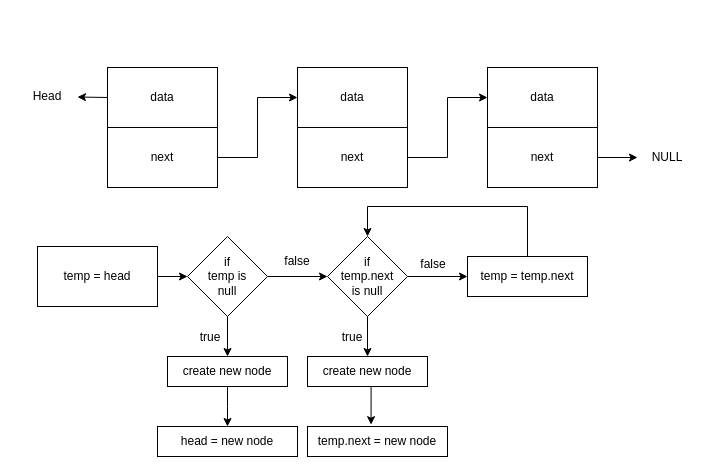
tenyapious/whiteboarding-flowchart keeps this draw.io diagram as add node to end of linked list.drawio. Above is the earlier version. Source tidied: cells renumbered, new cells numbered last; positions are measured from the earlier drawing's top-left corner, leaving out a move shared by most shapes. Both pictures are drawn from the tidied source at 100%, with x=0, y=0 at pixel (17, 67).
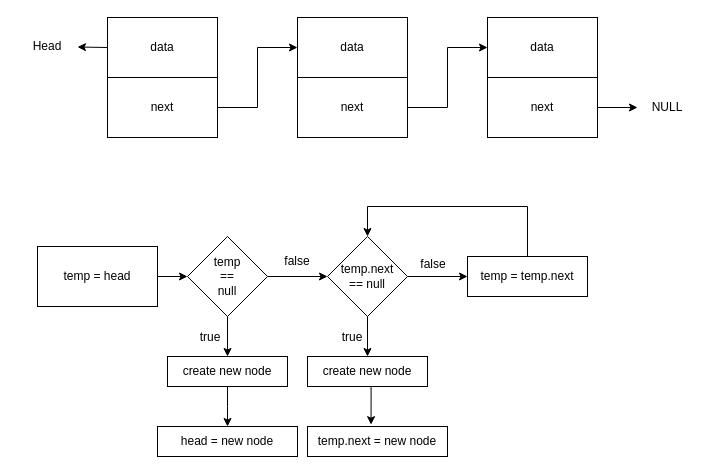
Above is the later version.

The edit, as a diff of the source:
```diff
@@
     <mxCell id="3" value="next" style="rounded=0;whiteSpace=wrap;html=1;" parent="1" vertex="1">
-      <mxGeometry x="90" y="60" width="110" height="60" as="geometry" />
+      <mxGeometry x="90" y="10" width="110" height="60" as="geometry" />
     </mxCell>
     <mxCell id="4" value="data" style="rounded=0;whiteSpace=wrap;html=1;" parent="1" vertex="1">
-      <mxGeometry x="90" width="110" height="60" as="geometry" />
+      <mxGeometry x="90" y="-50" width="110" height="60" as="geometry" />
     </mxCell>
@@
     <mxCell id="6" value="next" style="rounded=0;whiteSpace=wrap;html=1;" parent="1" vertex="1">
-      <mxGeometry x="280" y="60" width="110" height="60" as="geometry" />
+      <mxGeometry x="280" y="10" width="110" height="60" as="geometry" />
     </mxCell>
     <mxCell id="7" value="data" style="rounded=0;whiteSpace=wrap;html=1;" parent="1" vertex="1">
-      <mxGeometry x="280" width="110" height="60" as="geometry" />
+      <mxGeometry x="280" y="-50" width="110" height="60" as="geometry" />
     </mxCell>
@@
     <mxCell id="9" value="next" style="rounded=0;whiteSpace=wrap;html=1;" parent="1" vertex="1">
-      <mxGeometry x="470" y="60" width="110" height="60" as="geometry" />
+      <mxGeometry x="470" y="10" width="110" height="60" as="geometry" />
     </mxCell>
     <mxCell id="10" value="data" style="rounded=0;whiteSpace=wrap;html=1;" parent="1" vertex="1">
-      <mxGeometry x="470" width="110" height="60" as="geometry" />
+      <mxGeometry x="470" y="-50" width="110" height="60" as="geometry" />
     </mxCell>
     <mxCell id="11" value="NULL" style="text;html=1;strokeColor=none;fillColor=none;align=center;verticalAlign=middle;whiteSpace=wrap;rounded=0;" parent="1" vertex="1">
-      <mxGeometry x="620" y="75" width="60" height="30" as="geometry" />
+      <mxGeometry x="620" y="25" width="60" height="30" as="geometry" />
     </mxCell>
@@
     <mxCell id="13" value="Head" style="text;html=1;strokeColor=none;fillColor=none;align=center;verticalAlign=middle;whiteSpace=wrap;rounded=0;" parent="1" vertex="1">
-      <mxGeometry y="14" width="60" height="30" as="geometry" />
+      <mxGeometry y="-36" width="60" height="30" as="geometry" />
     </mxCell>
@@
-    <mxCell id="16" value="if&lt;br&gt;temp is&lt;br&gt;null" style="rhombus;whiteSpace=wrap;html=1;" parent="1" vertex="1">
+    <mxCell id="16" value="temp&lt;br&gt;==&lt;br&gt;null" style="rhombus;whiteSpace=wrap;html=1;" parent="1" vertex="1">
       <mxGeometry x="170" y="169" width="80" height="80" as="geometry" />
     </mxCell>
@@
-    <mxCell id="24" value="if&lt;br&gt;temp.next&lt;br&gt;is null" style="rhombus;whiteSpace=wrap;html=1;" parent="1" vertex="1">
+    <mxCell id="24" value="temp.next&lt;br&gt;== null" style="rhombus;whiteSpace=wrap;html=1;" parent="1" vertex="1">
       <mxGeometry x="310" y="169" width="80" height="80" as="geometry" />
     </mxCell>
```
